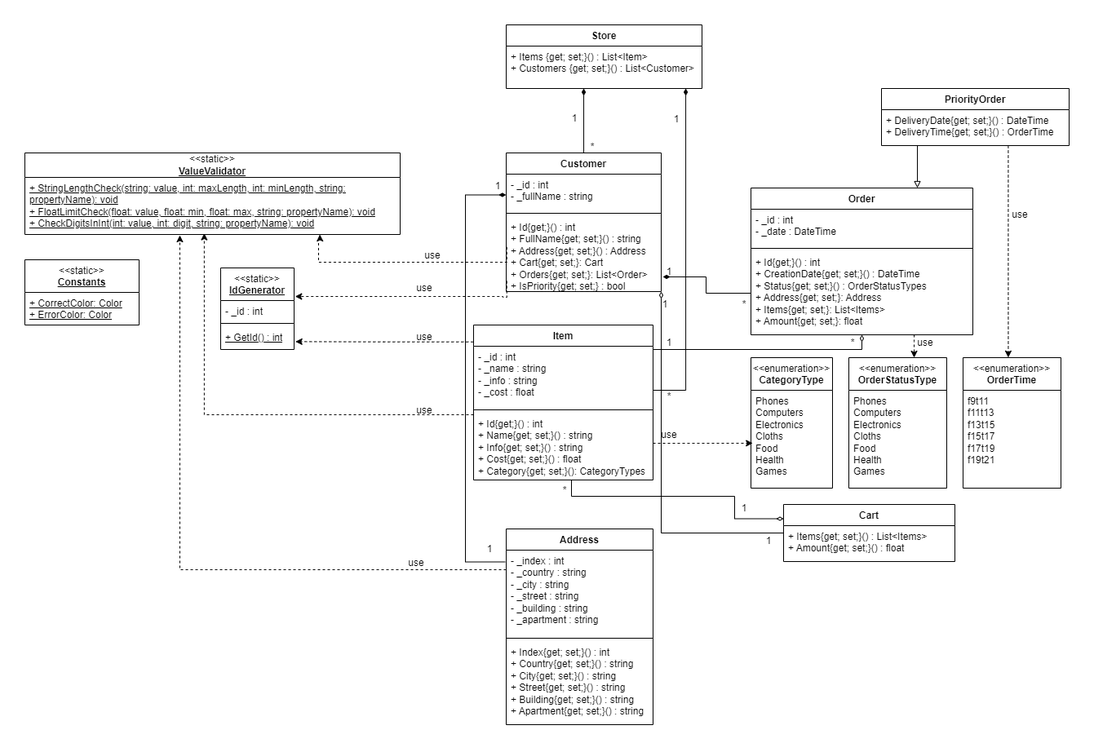
Before: oop-winform/Diagram.drawio.png, a diagram exported from draw.io (antoniocra04/oop-winform). Source tidied: cells renumbered, new cells last; positions are measured from the earlier drawing's top-left corner, leaving out a move shared by most shapes.
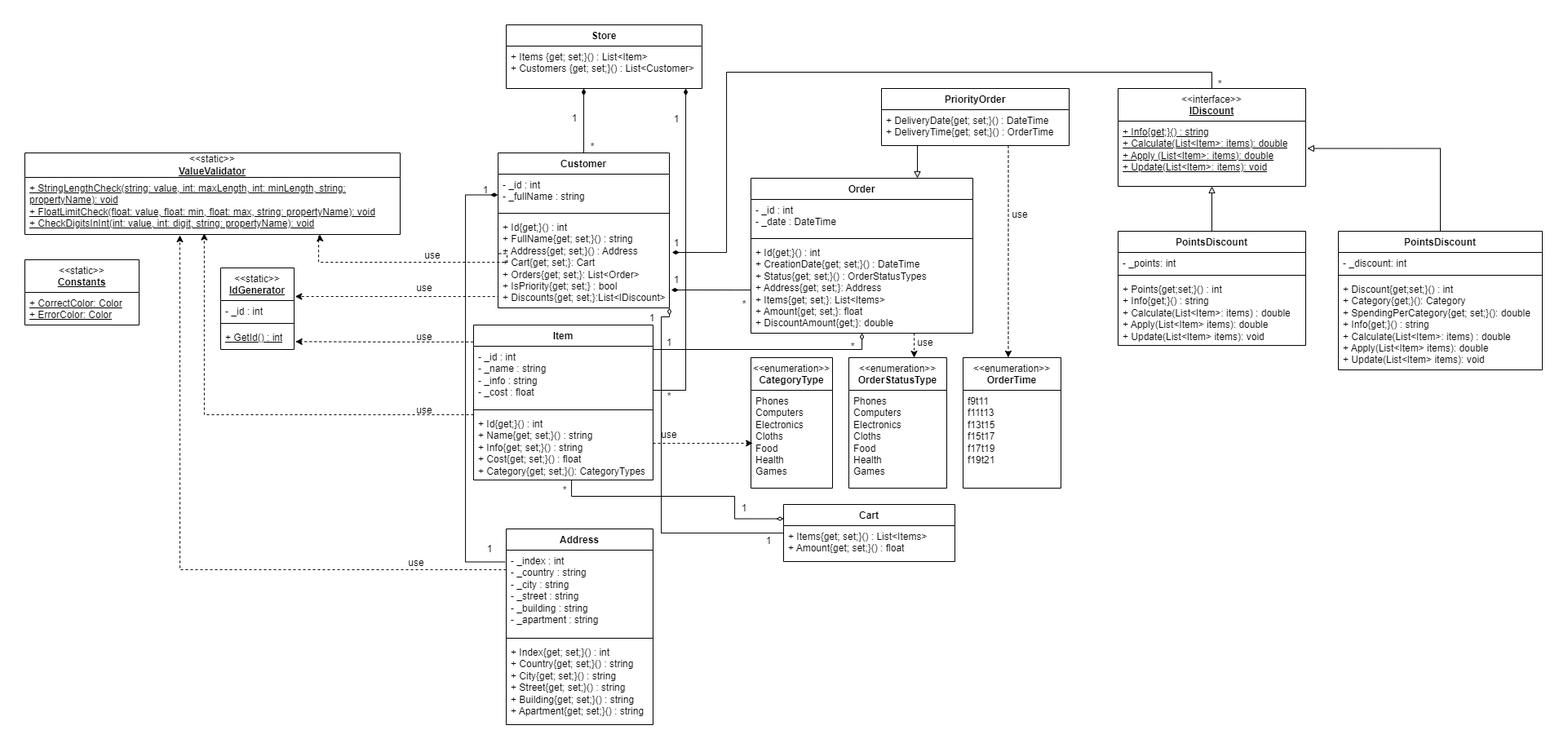
The same file after the commit.

Commit message:
fix(sln, diagram): исправленны ошибки из за мердж конфликта

The edit, as a diff of the source:
```diff
@@ -3,16 +3,16 @@
     <mxCell id="0" />
     <mxCell id="1" parent="0" />
     <mxCell id="2" value="Customer" style="swimlane;fontStyle=1;align=center;verticalAlign=top;horizontal=1;startSize=26;whiteSpace=wrap;html=1;" parent="1" vertex="1">
-      <mxGeometry x="590" y="157" width="190" height="170" as="geometry" />
+      <mxGeometry x="580" y="157" width="210" height="190" as="geometry" />
     </mxCell>
     <mxCell id="3" value="- _id : int&lt;br&gt;- _fullName : string" style="text;strokeColor=none;fillColor=none;align=left;verticalAlign=top;spacingLeft=4;spacingRight=4;overflow=hidden;points=[[0,0.5],[1,0.5]];portConstraint=eastwest;whiteSpace=wrap;html=1;" parent="2" vertex="1">
-      <mxGeometry y="26" width="190" height="44" as="geometry" />
+      <mxGeometry y="26" width="210" height="44" as="geometry" />
     </mxCell>
     <mxCell id="4" style="line;strokeWidth=1;fillColor=none;align=left;verticalAlign=middle;spacingTop=-1;spacingLeft=3;spacingRight=3;labelPosition=right;strokeColor=inherit;" parent="2" vertex="1">
-      <mxGeometry y="70" width="190" height="8" as="geometry" />
+      <mxGeometry y="70" width="210" height="8" as="geometry" />
     </mxCell>
-    <mxCell id="5" value="+ Id{get;}() : int&lt;br&gt;+ FullName{get; set;}() : string&lt;br&gt;+ Address{get; set;}() : Address&lt;div&gt;+ Cart{get; set;}: Cart&lt;/div&gt;&lt;div&gt;+ Orders{get; set;}: List&amp;lt;Order&amp;gt;&lt;/div&gt;&lt;div&gt;+ IsPriority{get; set;} : bool&lt;br&gt;&lt;/div&gt;" style="text;strokeColor=none;fillColor=none;align=left;verticalAlign=top;spacingLeft=4;spacingRight=4;overflow=hidden;points=[[0,0.5],[1,0.5]];portConstraint=eastwest;whiteSpace=wrap;html=1;" parent="2" vertex="1">
-      <mxGeometry y="78" width="190" height="92" as="geometry" />
+    <mxCell id="5" value="+ Id{get;}() : int&lt;br&gt;+ FullName{get; set;}() : string&lt;br&gt;+ Address{get; set;}() : Address&lt;div&gt;+ Cart{get; set;}: Cart&lt;/div&gt;&lt;div&gt;+ Orders{get; set;}: List&amp;lt;Order&amp;gt;&lt;/div&gt;&lt;div&gt;+ IsPriority{get; set;} : bool&lt;br&gt;&lt;/div&gt;&lt;div&gt;+ Discounts{get; set;}:List&amp;lt;IDiscount&amp;gt;&lt;/div&gt;" style="text;strokeColor=none;fillColor=none;align=left;verticalAlign=top;spacingLeft=4;spacingRight=4;overflow=hidden;points=[[0,0.5],[1,0.5]];portConstraint=eastwest;whiteSpace=wrap;html=1;" parent="2" vertex="1">
+      <mxGeometry y="78" width="210" height="112" as="geometry" />
     </mxCell>
     <mxCell id="6" value="Item" style="swimlane;fontStyle=1;align=center;verticalAlign=top;horizontal=1;startSize=26;whiteSpace=wrap;html=1;" parent="1" vertex="1">
       <mxGeometry x="550" y="368" width="220" height="190" as="geometry" />
@@ -44,11 +44,12 @@
     <mxCell id="15" value="&lt;div&gt;&lt;u&gt;+ StringLengthCheck(string: value, int: maxLength, int: minLength, string: propertyName): void&lt;br&gt;&lt;/u&gt;&lt;/div&gt;&lt;div&gt;&lt;u&gt;+ FloatLimitCheck(float: value, float: min, float: max, string: propertyName): void&lt;br&gt;&lt;/u&gt;&lt;/div&gt;&lt;div&gt;&lt;u&gt;+ CheckDigitsInInt(int: value, int: digit, string: propertyName): void&lt;/u&gt;&lt;br&gt;&lt;/div&gt;" style="text;strokeColor=none;fillColor=none;align=left;verticalAlign=top;spacingLeft=4;spacingRight=4;overflow=hidden;points=[[0,0.5],[1,0.5]];portConstraint=eastwest;whiteSpace=wrap;html=1;" parent="14" vertex="1">
       <mxGeometry y="30" width="460" height="70" as="geometry" />
     </mxCell>
-    <mxCell id="16" style="edgeStyle=orthogonalEdgeStyle;rounded=0;jettySize=auto;html=1;entryX=1.014;entryY=0.35;entryDx=0;entryDy=0;entryPerimeter=0;dashed=1;exitX=0.004;exitY=0.859;exitDx=0;exitDy=0;exitPerimeter=0;" parent="1" edge="1" source="5" target="10">
+    <mxCell id="16" style="edgeStyle=orthogonalEdgeStyle;rounded=0;jettySize=auto;html=1;entryX=1.014;entryY=0.35;entryDx=0;entryDy=0;entryPerimeter=0;dashed=1;" parent="1" edge="1" target="10">
       <mxGeometry relative="1" as="geometry">
+        <mxPoint x="580" y="331" as="sourcePoint" />
         <Array as="points">
-          <mxPoint x="586" y="334" />
-          <mxPoint x="390" y="333" />
+          <mxPoint x="580" y="331" />
+          <mxPoint x="580" y="333" />
         </Array>
       </mxGeometry>
     </mxCell>
@@ -122,7 +123,7 @@
       <mxGeometry x="760" y="488" width="60" height="30" as="geometry" />
     </mxCell>
     <mxCell id="33" value="1" style="text;html=1;align=center;verticalAlign=middle;whiteSpace=wrap;rounded=0;" parent="1" vertex="1">
-      <mxGeometry x="565" y="183" width="30" height="30" as="geometry" />
+      <mxGeometry x="550" y="188" width="30" height="30" as="geometry" />
     </mxCell>
     <mxCell id="34" value="Store" style="swimlane;fontStyle=1;align=center;verticalAlign=top;horizontal=1;startSize=26;whiteSpace=wrap;html=1;" parent="1" vertex="1">
       <mxGeometry x="590" width="240" height="78" as="geometry" />
@@ -159,7 +160,7 @@
       <mxGeometry y="26" width="210" height="44" as="geometry" />
     </mxCell>
     <mxCell id="44" value="Order" style="swimlane;fontStyle=1;align=center;verticalAlign=top;horizontal=1;startSize=26;whiteSpace=wrap;html=1;" parent="1" vertex="1">
-      <mxGeometry x="890" y="200" width="272" height="180" as="geometry" />
+      <mxGeometry x="890" y="188" width="272" height="190" as="geometry" />
     </mxCell>
     <mxCell id="45" value="- _id : int&lt;br&gt;- _date : DateTime" style="text;strokeColor=none;fillColor=none;align=left;verticalAlign=top;spacingLeft=4;spacingRight=4;overflow=hidden;whiteSpace=wrap;html=1;" parent="44" vertex="1">
       <mxGeometry y="26" width="272" height="44" as="geometry" />
@@ -167,8 +168,8 @@
     <mxCell id="46" style="line;strokeWidth=1;fillColor=none;align=left;verticalAlign=middle;spacingTop=-1;spacingLeft=3;spacingRight=3;labelPosition=right;strokeColor=inherit;" parent="44" vertex="1">
       <mxGeometry y="70" width="272" height="8" as="geometry" />
     </mxCell>
-    <mxCell id="47" value="+ Id{get;}() : int&lt;br&gt;+ CreationDate{get; set;}() : DateTime&lt;br&gt;+ Status{get; set;}() : OrderStatusTypes&lt;div&gt;+ Address{get; set;}: Address&lt;/div&gt;&lt;div&gt;+ Items{get; set;}: List&amp;lt;Items&amp;gt;&lt;/div&gt;&lt;div&gt;+ Amount{get; set;}: float&lt;/div&gt;" style="text;strokeColor=none;fillColor=none;align=left;verticalAlign=top;spacingLeft=4;spacingRight=4;overflow=hidden;points=[[0,0.5],[1,0.5]];portConstraint=eastwest;whiteSpace=wrap;html=1;" parent="44" vertex="1">
-      <mxGeometry y="78" width="272" height="102" as="geometry" />
+    <mxCell id="47" value="+ Id{get;}() : int&lt;br&gt;+ CreationDate{get; set;}() : DateTime&lt;br&gt;+ Status{get; set;}() : OrderStatusTypes&lt;div&gt;+ Address{get; set;}: Address&lt;/div&gt;&lt;div&gt;+ Items{get; set;}: List&amp;lt;Items&amp;gt;&lt;/div&gt;&lt;div&gt;+ Amount{get; set;}: float&lt;/div&gt;&lt;div&gt;+ DiscountAmount{get;}: double&lt;/div&gt;" style="text;strokeColor=none;fillColor=none;align=left;verticalAlign=top;spacingLeft=4;spacingRight=4;overflow=hidden;points=[[0,0.5],[1,0.5]];portConstraint=eastwest;whiteSpace=wrap;html=1;" parent="44" vertex="1">
+      <mxGeometry y="78" width="272" height="112" as="geometry" />
     </mxCell>
     <mxCell id="48" value="&lt;span style=&quot;font-weight: normal;&quot;&gt;&amp;lt;&amp;lt;enumeration&amp;gt;&amp;gt;&lt;/span&gt;&lt;br&gt;OrderStatusType" style="swimlane;fontStyle=1;align=center;verticalAlign=top;horizontal=1;startSize=40;whiteSpace=wrap;html=1;" parent="1" vertex="1">
       <mxGeometry x="1010" y="408" width="120" height="160" as="geometry" />
@@ -183,7 +184,7 @@
       <mxGeometry x="460" y="368" width="60" height="30" as="geometry" />
     </mxCell>
     <mxCell id="52" value="1" style="text;html=1;align=center;verticalAlign=middle;whiteSpace=wrap;rounded=0;" parent="1" vertex="1">
-      <mxGeometry x="775" y="288" width="30" height="30" as="geometry" />
+      <mxGeometry x="784" y="298" width="30" height="30" as="geometry" />
     </mxCell>
     <mxCell id="53" value="1" style="text;html=1;align=center;verticalAlign=middle;whiteSpace=wrap;rounded=0;" parent="1" vertex="1">
       <mxGeometry x="867" y="578" width="30" height="30" as="geometry" />
@@ -205,6 +206,8 @@
       <mxGeometry relative="1" as="geometry">
         <Array as="points">
           <mxPoint x="780" y="623" />
+          <mxPoint x="780" y="358" />
+          <mxPoint x="790" y="358" />
         </Array>
       </mxGeometry>
     </mxCell>
@@ -224,10 +227,10 @@
       <mxGeometry x="897" y="618" width="30" height="30" as="geometry" />
     </mxCell>
     <mxCell id="61" value="1" style="text;html=1;align=center;verticalAlign=middle;whiteSpace=wrap;rounded=0;" parent="1" vertex="1">
-      <mxGeometry x="770" y="328" width="30" height="30" as="geometry" />
+      <mxGeometry x="754" y="345" width="30" height="30" as="geometry" />
     </mxCell>
     <mxCell id="62" value="*" style="text;html=1;align=center;verticalAlign=middle;whiteSpace=wrap;rounded=0;" parent="1" vertex="1">
-      <mxGeometry x="1000" y="375" width="30" height="30" as="geometry" />
+      <mxGeometry x="1000" y="380" width="30" height="30" as="geometry" />
     </mxCell>
     <mxCell id="63" value="PriorityOrder" style="swimlane;fontStyle=1;align=center;verticalAlign=top;horizontal=1;startSize=26;whiteSpace=wrap;html=1;" parent="1" vertex="1">
       <mxGeometry x="1050" y="78" width="230" height="70" as="geometry" />
@@ -242,7 +245,12 @@
       <mxGeometry y="40" width="120" height="120" as="geometry" />
     </mxCell>
     <mxCell id="67" style="edgeStyle=orthogonalEdgeStyle;rounded=0;jettySize=auto;html=1;entryX=1.011;entryY=0.804;entryDx=0;entryDy=0;entryPerimeter=0;endArrow=diamondThin;endFill=1;" parent="1" edge="1" source="47" target="5">
-      <mxGeometry relative="1" as="geometry" />
+      <mxGeometry relative="1" as="geometry">
+        <Array as="points">
+          <mxPoint x="870" y="325" />
+          <mxPoint x="870" y="325" />
+        </Array>
+      </mxGeometry>
     </mxCell>
     <mxCell id="68" style="edgeStyle=orthogonalEdgeStyle;rounded=0;jettySize=auto;html=1;entryX=0.667;entryY=0;entryDx=0;entryDy=0;entryPerimeter=0;dashed=1;" parent="1" edge="1" source="47" target="48">
       <mxGeometry relative="1" as="geometry">
@@ -286,5 +294,56 @@
     <mxCell id="75" value="use" style="text;html=1;align=center;verticalAlign=middle;whiteSpace=wrap;rounded=0;" parent="1" vertex="1">
       <mxGeometry x="450" y="645" width="60" height="30" as="geometry" />
     </mxCell>
+    <mxCell id="76" value="&lt;span style=&quot;font-weight: normal;&quot;&gt;&amp;lt;&amp;lt;interface&amp;gt;&amp;gt;&lt;/span&gt;&lt;br&gt;&lt;u&gt;IDiscount&lt;/u&gt;" style="swimlane;fontStyle=1;align=center;verticalAlign=top;horizontal=1;startSize=40;whiteSpace=wrap;html=1;" parent="1" vertex="1">
+      <mxGeometry x="1340" y="78" width="230" height="120" as="geometry" />
+    </mxCell>
+    <mxCell id="77" value="&lt;u&gt;+ Info{get;}() : string&lt;/u&gt;&lt;div&gt;&lt;u&gt;+ Calculate(List&amp;lt;Item&amp;gt;: items): double&lt;br&gt;&lt;/u&gt;&lt;div&gt;&lt;u&gt;+ Apply (List&amp;lt;Item&amp;gt;: items): double&lt;/u&gt;&lt;/div&gt;&lt;/div&gt;&lt;div&gt;&lt;u&gt;+ Update(List&amp;lt;Item&amp;gt;: items): void&lt;/u&gt;&lt;/div&gt;" style="text;strokeColor=none;fillColor=none;align=left;verticalAlign=top;spacingLeft=4;spacingRight=4;overflow=hidden;points=[[0,0.5],[1,0.5]];portConstraint=eastwest;whiteSpace=wrap;html=1;" parent="76" vertex="1">
+      <mxGeometry y="40" width="230" height="80" as="geometry" />
+    </mxCell>
+    <mxCell id="78" value="PointsDiscount" style="swimlane;fontStyle=1;align=center;verticalAlign=top;horizontal=1;startSize=26;whiteSpace=wrap;html=1;" parent="1" vertex="1">
+      <mxGeometry x="1340" y="253" width="230" height="140" as="geometry" />
+    </mxCell>
+    <mxCell id="79" value="- _points: int" style="text;strokeColor=none;fillColor=none;align=left;verticalAlign=top;spacingLeft=4;spacingRight=4;overflow=hidden;whiteSpace=wrap;html=1;" parent="78" vertex="1">
+      <mxGeometry y="26" width="230" height="24" as="geometry" />
+    </mxCell>
+    <mxCell id="80" style="line;strokeWidth=1;fillColor=none;align=left;verticalAlign=middle;spacingTop=-1;spacingLeft=3;spacingRight=3;labelPosition=right;strokeColor=inherit;" parent="78" vertex="1">
+      <mxGeometry y="50" width="230" height="8" as="geometry" />
+    </mxCell>
+    <mxCell id="81" value="+ Points{get;set;}() : int&lt;br&gt;+ Info{get;}() : string&lt;br&gt;+ Calculate(List&amp;lt;Item&amp;gt;: items) : double&lt;div&gt;+ Apply(List&amp;lt;Item&amp;gt; items): double&lt;/div&gt;&lt;div&gt;+ Update(List&amp;lt;Item&amp;gt; items): void&lt;/div&gt;" style="text;strokeColor=none;fillColor=none;align=left;verticalAlign=top;spacingLeft=4;spacingRight=4;overflow=hidden;whiteSpace=wrap;html=1;" parent="78" vertex="1">
+      <mxGeometry y="58" width="230" height="82" as="geometry" />
+    </mxCell>
+    <mxCell id="82" style="edgeStyle=orthogonalEdgeStyle;rounded=0;jettySize=auto;html=1;entryX=0.5;entryY=1;entryDx=0;entryDy=0;entryPerimeter=0;endArrow=block;endFill=0;" parent="1" edge="1" source="78" target="77">
+      <mxGeometry relative="1" as="geometry" />
+    </mxCell>
+    <mxCell id="83" value="PointsDiscount" style="swimlane;fontStyle=1;align=center;verticalAlign=top;horizontal=1;startSize=26;whiteSpace=wrap;html=1;" parent="1" vertex="1">
+      <mxGeometry x="1610" y="253" width="250" height="170" as="geometry" />
+    </mxCell>
+    <mxCell id="84" value="- _discount: int" style="text;strokeColor=none;fillColor=none;align=left;verticalAlign=top;spacingLeft=4;spacingRight=4;overflow=hidden;whiteSpace=wrap;html=1;" parent="83" vertex="1">
+      <mxGeometry y="26" width="250" height="24" as="geometry" />
+    </mxCell>
+    <mxCell id="85" style="line;strokeWidth=1;fillColor=none;align=left;verticalAlign=middle;spacingTop=-1;spacingLeft=3;spacingRight=3;labelPosition=right;strokeColor=inherit;" parent="83" vertex="1">
+      <mxGeometry y="50" width="250" height="8" as="geometry" />
+    </mxCell>
+    <mxCell id="86" value="+ Discount{get;set;}() : int&lt;div&gt;+ Category{get;}(): Category&lt;/div&gt;&lt;div&gt;+ SpendingPerCategory{get; set;}(): double&lt;br&gt;+ Info{get;}() : string&lt;br&gt;+ Calculate(List&amp;lt;Item&amp;gt;: items) : double&lt;div&gt;+ Apply(List&amp;lt;Item&amp;gt; items): double&lt;/div&gt;&lt;div&gt;+ Update(List&amp;lt;Item&amp;gt; items): void&lt;/div&gt;&lt;/div&gt;" style="text;strokeColor=none;fillColor=none;align=left;verticalAlign=top;spacingLeft=4;spacingRight=4;overflow=hidden;whiteSpace=wrap;html=1;" parent="83" vertex="1">
+      <mxGeometry y="58" width="250" height="112" as="geometry" />
+    </mxCell>
+    <mxCell id="87" style="edgeStyle=orthogonalEdgeStyle;rounded=0;jettySize=auto;html=1;entryX=1.008;entryY=0.419;entryDx=0;entryDy=0;entryPerimeter=0;endArrow=block;endFill=0;" parent="1" edge="1" source="83" target="77">
+      <mxGeometry relative="1" as="geometry" />
+    </mxCell>
+    <mxCell id="88" style="edgeStyle=orthogonalEdgeStyle;rounded=0;jettySize=auto;html=1;entryX=1.016;entryY=0.393;entryDx=0;entryDy=0;entryPerimeter=0;endArrow=diamondThin;endFill=1;" parent="1" edge="1" source="76" target="5">
+      <mxGeometry relative="1" as="geometry">
+        <Array as="points">
+          <mxPoint x="1455" y="58" />
+          <mxPoint x="860" y="58" />
+          <mxPoint x="860" y="279" />
+        </Array>
+      </mxGeometry>
+    </mxCell>
+    <mxCell id="89" value="1" style="text;html=1;align=center;verticalAlign=middle;whiteSpace=wrap;rounded=0;" parent="1" vertex="1">
+      <mxGeometry x="784" y="253" width="30" height="30" as="geometry" />
+    </mxCell>
+    <mxCell id="90" value="*" style="text;html=1;align=center;verticalAlign=middle;whiteSpace=wrap;rounded=0;" parent="1" vertex="1">
+      <mxGeometry x="1450" y="58" width="30" height="30" as="geometry" />
+    </mxCell>
   </root>
 </mxGraphModel>
```
